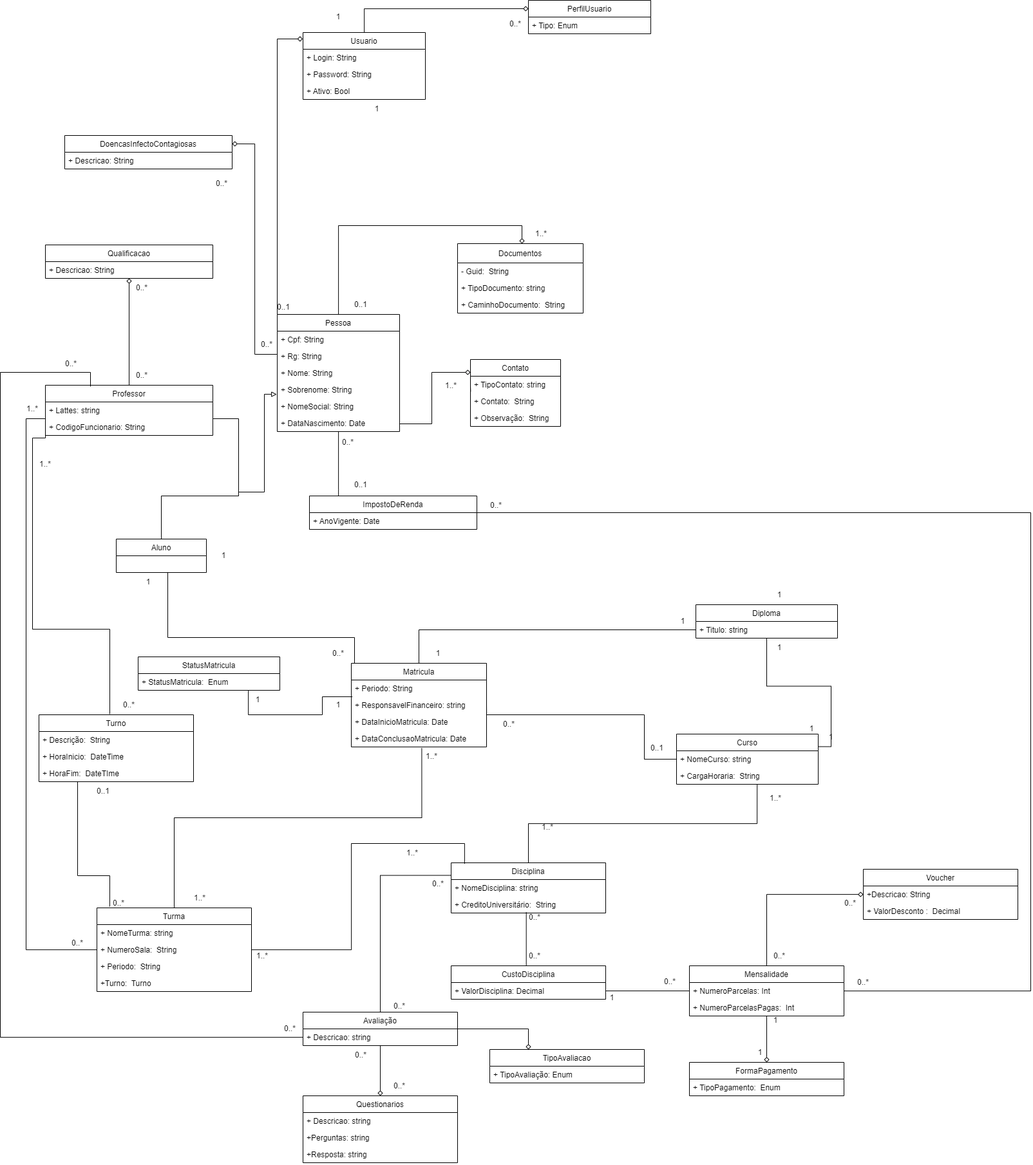
Earlier version of the draw.io export CasoDeUso/Diagrama de caso de uso-Page-2.drawio.png (EAbeier/Analise-e-Modelagem-de-Sistemas). Source tidied: cells renumbered, new cells last; positions are measured from the earlier drawing's top-left corner, leaving out a move shared by most shapes.
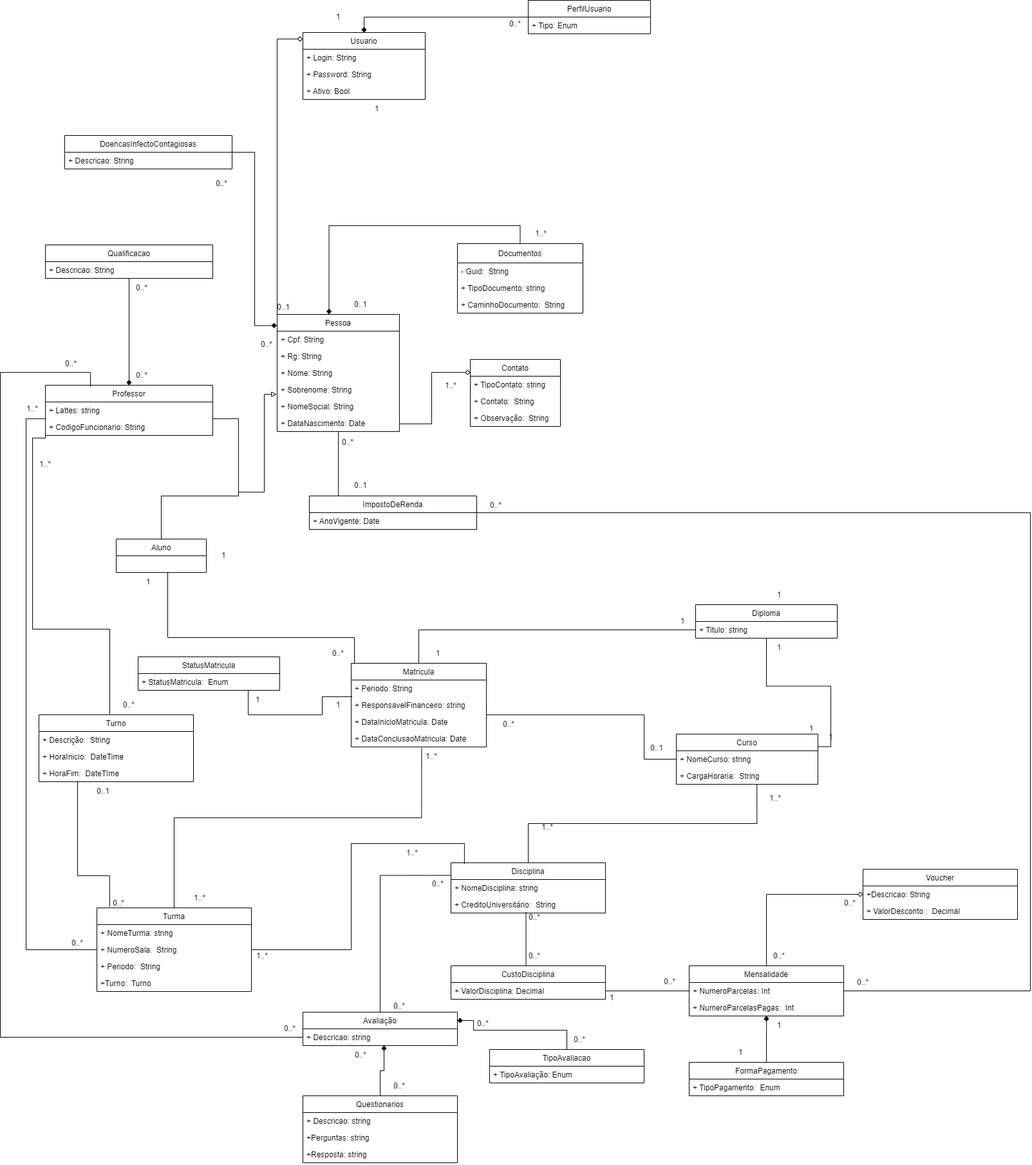
The same diagram one commit later.

The edit, as a diff of the source:
```diff
@@ -13,22 +13,6 @@
         </Array>
       </mxGeometry>
     </mxCell>
-    <mxCell id="4" style="edgeStyle=orthogonalEdgeStyle;rounded=0;jettySize=auto;html=1;entryX=0;entryY=1;entryDx=0;entryDy=0;endArrow=diamond;endFill=0;" parent="1" edge="1" source="7" target="71">
-      <mxGeometry relative="1" as="geometry">
-        <Array as="points">
-          <mxPoint x="525" y="350" />
-          <mxPoint x="810" y="350" />
-        </Array>
-      </mxGeometry>
-    </mxCell>
-    <mxCell id="5" style="edgeStyle=orthogonalEdgeStyle;rounded=0;jettySize=auto;html=1;entryX=1;entryY=0.25;entryDx=0;entryDy=0;endArrow=diamond;endFill=0;" parent="1" edge="1" source="7" target="138">
-      <mxGeometry relative="1" as="geometry">
-        <Array as="points">
-          <mxPoint x="395" y="550" />
-          <mxPoint x="395" y="223" />
-        </Array>
-      </mxGeometry>
-    </mxCell>
     <mxCell id="6" style="edgeStyle=orthogonalEdgeStyle;rounded=0;jettySize=auto;html=1;entryX=-0.002;entryY=0.1;entryDx=0;entryDy=0;entryPerimeter=0;endArrow=diamond;endFill=0;" parent="1" edge="1" source="7" target="149">
       <mxGeometry relative="1" as="geometry">
         <Array as="points">
@@ -88,9 +72,6 @@
         </Array>
       </mxGeometry>
     </mxCell>
-    <mxCell id="18" style="edgeStyle=orthogonalEdgeStyle;rounded=0;jettySize=auto;html=1;endArrow=diamond;endFill=0;" parent="1" edge="1" source="19" target="95">
-      <mxGeometry relative="1" as="geometry" />
-    </mxCell>
     <mxCell id="19" value="Professor" style="swimlane;fontStyle=0;horizontal=1;startSize=26;fillColor=none;" parent="1" vertex="1">
       <mxGeometry x="70" y="598" width="260" height="78" as="geometry" />
     </mxCell>
@@ -112,6 +93,14 @@
     <mxCell id="25" value="+ Observação:  String" style="text;strokeColor=none;fillColor=none;align=left;verticalAlign=top;spacingLeft=4;spacingRight=4;overflow=hidden;" parent="22" vertex="1">
       <mxGeometry y="78" width="140" height="26" as="geometry" />
     </mxCell>
+    <mxCell id="159" style="edgeStyle=orthogonalEdgeStyle;rounded=0;jettySize=auto;html=1;entryX=0.424;entryY=-0.002;entryDx=0;entryDy=0;entryPerimeter=0;endArrow=diamond;endFill=1;" parent="1" edge="1" source="26" target="7">
+      <mxGeometry relative="1" as="geometry">
+        <Array as="points">
+          <mxPoint x="808" y="350" />
+          <mxPoint x="511" y="350" />
+        </Array>
+      </mxGeometry>
+    </mxCell>
     <mxCell id="26" value="Documentos" style="swimlane;fontStyle=0;horizontal=1;startSize=30;fillColor=none;" parent="1" vertex="1">
       <mxGeometry x="710" y="378" width="195" height="108" as="geometry" />
     </mxCell>
@@ -326,9 +315,6 @@
     <mxCell id="82" value="0..*" style="text;html=1;strokeColor=none;fillColor=none;align=center;verticalAlign=middle;whiteSpace=wrap;rounded=0;" parent="1" vertex="1">
       <mxGeometry x="800" y="1470" width="60" height="30" as="geometry" />
     </mxCell>
-    <mxCell id="83" style="edgeStyle=orthogonalEdgeStyle;rounded=0;jettySize=auto;html=1;entryX=0.5;entryY=0;entryDx=0;entryDy=0;endArrow=diamond;endFill=0;" parent="1" edge="1" source="85" target="91">
-      <mxGeometry relative="1" as="geometry" />
-    </mxCell>
     <mxCell id="84" style="edgeStyle=orthogonalEdgeStyle;rounded=0;jettySize=auto;html=1;endArrow=diamond;endFill=0;" parent="1" edge="1" source="85" target="100">
       <mxGeometry relative="1" as="geometry" />
     </mxCell>
@@ -350,6 +336,14 @@
     <mxCell id="90" value="1" style="text;html=1;strokeColor=none;fillColor=none;align=center;verticalAlign=middle;whiteSpace=wrap;rounded=0;" parent="1" vertex="1">
       <mxGeometry x="920" y="1535" width="60" height="30" as="geometry" />
     </mxCell>
+    <mxCell id="160" style="edgeStyle=orthogonalEdgeStyle;rounded=0;jettySize=auto;html=1;endArrow=diamond;endFill=1;" parent="1" edge="1" source="91" target="87">
+      <mxGeometry relative="1" as="geometry">
+        <Array as="points">
+          <mxPoint x="1190" y="1600" />
+          <mxPoint x="1190" y="1600" />
+        </Array>
+      </mxGeometry>
+    </mxCell>
     <mxCell id="91" value="FormaPagamento" style="swimlane;fontStyle=0;horizontal=1;startSize=26;fillColor=none;" parent="1" vertex="1">
       <mxGeometry x="1070" y="1650" width="240" height="52" as="geometry" />
     </mxCell>
@@ -357,11 +351,14 @@
       <mxGeometry y="26" width="240" height="26" as="geometry" />
     </mxCell>
     <mxCell id="93" value="1" style="text;html=1;strokeColor=none;fillColor=none;align=center;verticalAlign=middle;whiteSpace=wrap;rounded=0;" parent="1" vertex="1">
-      <mxGeometry x="1174" y="1570" width="60" height="30" as="geometry" />
+      <mxGeometry x="1180" y="1578" width="60" height="30" as="geometry" />
     </mxCell>
     <mxCell id="94" value="1" style="text;html=1;strokeColor=none;fillColor=none;align=center;verticalAlign=middle;whiteSpace=wrap;rounded=0;" parent="1" vertex="1">
-      <mxGeometry x="1150" y="1620" width="60" height="30" as="geometry" />
+      <mxGeometry x="1120" y="1620" width="60" height="30" as="geometry" />
     </mxCell>
+    <mxCell id="161" style="edgeStyle=orthogonalEdgeStyle;rounded=0;jettySize=auto;html=1;entryX=0.5;entryY=0;entryDx=0;entryDy=0;endArrow=diamond;endFill=1;" parent="1" edge="1" source="95" target="19">
+      <mxGeometry relative="1" as="geometry" />
+    </mxCell>
     <mxCell id="95" value="Qualificacao" style="swimlane;fontStyle=0;horizontal=1;startSize=26;fillColor=none;" parent="1" vertex="1">
       <mxGeometry x="70" y="380" width="260" height="52" as="geometry" />
     </mxCell>
@@ -446,12 +443,6 @@
     <mxCell id="120" style="edgeStyle=orthogonalEdgeStyle;rounded=0;jettySize=auto;html=1;entryX=0;entryY=0.25;entryDx=0;entryDy=0;endArrow=none;endFill=0;" parent="1" edge="1" source="123" target="42">
       <mxGeometry relative="1" as="geometry" />
     </mxCell>
-    <mxCell id="121" style="edgeStyle=orthogonalEdgeStyle;rounded=0;jettySize=auto;html=1;endArrow=diamond;endFill=0;" parent="1" edge="1" source="123" target="127">
-      <mxGeometry relative="1" as="geometry" />
-    </mxCell>
-    <mxCell id="122" style="edgeStyle=orthogonalEdgeStyle;rounded=0;jettySize=auto;html=1;endArrow=diamond;endFill=0;entryX=0.25;entryY=0;entryDx=0;entryDy=0;" parent="1" edge="1" source="123" target="131">
-      <mxGeometry relative="1" as="geometry" />
-    </mxCell>
     <mxCell id="123" value="Avaliação" style="swimlane;fontStyle=0;horizontal=1;startSize=26;fillColor=none;" parent="1" vertex="1">
       <mxGeometry x="470" y="1572" width="240" height="52" as="geometry" />
     </mxCell>
@@ -464,6 +455,9 @@
     <mxCell id="126" value="0..*" style="text;html=1;strokeColor=none;fillColor=none;align=center;verticalAlign=middle;whiteSpace=wrap;rounded=0;" parent="1" vertex="1">
       <mxGeometry x="590" y="1548" width="60" height="30" as="geometry" />
     </mxCell>
+    <mxCell id="162" style="edgeStyle=orthogonalEdgeStyle;rounded=0;jettySize=auto;html=1;exitX=0.5;exitY=0;exitDx=0;exitDy=0;entryX=0.525;entryY=0.999;entryDx=0;entryDy=0;entryPerimeter=0;endArrow=diamond;endFill=1;" parent="1" edge="1" source="127" target="124">
+      <mxGeometry relative="1" as="geometry" />
+    </mxCell>
     <mxCell id="127" value="Questionarios" style="swimlane;fontStyle=0;horizontal=1;startSize=26;fillColor=none;" parent="1" vertex="1">
       <mxGeometry x="470" y="1702" width="240" height="104" as="geometry" />
     </mxCell>
@@ -476,6 +470,15 @@
     <mxCell id="130" value="+Resposta: string" style="text;strokeColor=none;fillColor=none;align=left;verticalAlign=top;spacingLeft=4;spacingRight=4;overflow=hidden;" parent="127" vertex="1">
       <mxGeometry y="78" width="240" height="26" as="geometry" />
     </mxCell>
+    <mxCell id="163" style="edgeStyle=orthogonalEdgeStyle;rounded=0;jettySize=auto;html=1;entryX=1;entryY=0.25;entryDx=0;entryDy=0;endArrow=diamond;endFill=1;" parent="1" edge="1" source="131" target="123">
+      <mxGeometry relative="1" as="geometry">
+        <Array as="points">
+          <mxPoint x="880" y="1600" />
+          <mxPoint x="735" y="1600" />
+          <mxPoint x="735" y="1585" />
+        </Array>
+      </mxGeometry>
+    </mxCell>
     <mxCell id="131" value="TipoAvaliacao" style="swimlane;fontStyle=0;horizontal=1;startSize=26;fillColor=none;" parent="1" vertex="1">
       <mxGeometry x="760" y="1630" width="240" height="52" as="geometry" />
     </mxCell>
@@ -503,6 +506,9 @@
         </Array>
       </mxGeometry>
     </mxCell>
+    <mxCell id="164" style="edgeStyle=orthogonalEdgeStyle;rounded=0;jettySize=auto;html=1;entryX=-0.003;entryY=0.095;entryDx=0;entryDy=0;entryPerimeter=0;endArrow=diamond;endFill=1;" parent="1" edge="1" source="138" target="7">
+      <mxGeometry relative="1" as="geometry" />
+    </mxCell>
     <mxCell id="138" value="DoencasInfectoContagiosas" style="swimlane;fontStyle=0;horizontal=1;startSize=26;fillColor=none;" parent="1" vertex="1">
       <mxGeometry x="100" y="210" width="260" height="52" as="geometry" />
     </mxCell>
@@ -538,13 +544,6 @@
     <mxCell id="147" value="0..*" style="text;html=1;strokeColor=none;fillColor=none;align=center;verticalAlign=middle;whiteSpace=wrap;rounded=0;" parent="1" vertex="1">
       <mxGeometry x="1310" y="1511" width="60" height="30" as="geometry" />
     </mxCell>
-    <mxCell id="148" style="edgeStyle=orthogonalEdgeStyle;rounded=0;jettySize=auto;html=1;entryX=0;entryY=0.25;entryDx=0;entryDy=0;endArrow=diamond;endFill=0;" parent="1" edge="1" source="149" target="155">
-      <mxGeometry relative="1" as="geometry">
-        <Array as="points">
-          <mxPoint x="565" y="13" />
-        </Array>
-      </mxGeometry>
-    </mxCell>
     <mxCell id="149" value="Usuario" style="swimlane;fontStyle=0;horizontal=1;startSize=26;fillColor=none;" parent="1" vertex="1">
       <mxGeometry x="470" y="50" width="190" height="104" as="geometry" />
     </mxCell>
@@ -563,6 +562,9 @@
     <mxCell id="154" value="1" style="text;html=1;strokeColor=none;fillColor=none;align=center;verticalAlign=middle;whiteSpace=wrap;rounded=0;" parent="1" vertex="1">
       <mxGeometry x="555" y="154" width="60" height="30" as="geometry" />
     </mxCell>
+    <mxCell id="165" style="edgeStyle=orthogonalEdgeStyle;rounded=0;jettySize=auto;html=1;entryX=0.5;entryY=0;entryDx=0;entryDy=0;endArrow=diamond;endFill=1;" parent="1" edge="1" source="155" target="149">
+      <mxGeometry relative="1" as="geometry" />
+    </mxCell>
     <mxCell id="155" value="PerfilUsuario" style="swimlane;fontStyle=0;horizontal=1;startSize=26;fillColor=none;" parent="1" vertex="1">
       <mxGeometry x="820" width="190" height="52" as="geometry" />
     </mxCell>
@@ -575,5 +577,11 @@
     <mxCell id="158" value="0..*" style="text;html=1;strokeColor=none;fillColor=none;align=center;verticalAlign=middle;whiteSpace=wrap;rounded=0;" parent="1" vertex="1">
       <mxGeometry x="770" y="22" width="60" height="30" as="geometry" />
     </mxCell>
+    <mxCell id="166" value="0..*" style="text;html=1;strokeColor=none;fillColor=none;align=center;verticalAlign=middle;whiteSpace=wrap;rounded=0;" parent="1" vertex="1">
+      <mxGeometry x="870" y="1600" width="60" height="30" as="geometry" />
+    </mxCell>
+    <mxCell id="167" value="0..*" style="text;html=1;strokeColor=none;fillColor=none;align=center;verticalAlign=middle;whiteSpace=wrap;rounded=0;" parent="1" vertex="1">
+      <mxGeometry x="720" y="1580" width="60" height="20" as="geometry" />
+    </mxCell>
   </root>
 </mxGraphModel>
```
